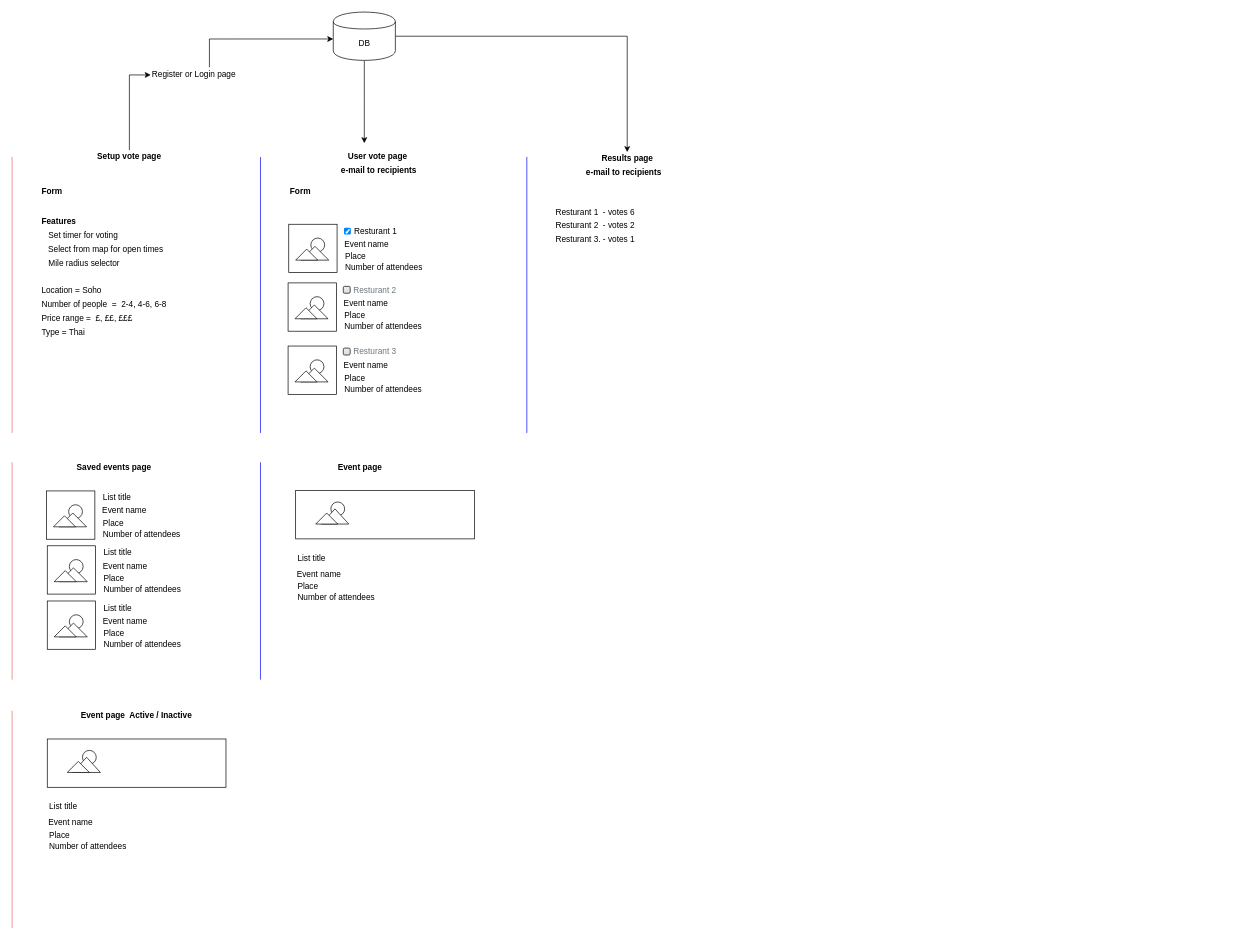
Before: lunchSystem.drawio in ameenaziz/lunch, a draw.io diagram. Source tidied: cells renumbered, new cells numbered last; positions are measured from the earlier drawing's top-left corner, leaving out a move shared by most shapes. Both pictures are drawn from the tidied source at 69%, with x=0, y=0 at pixel (12, 12).
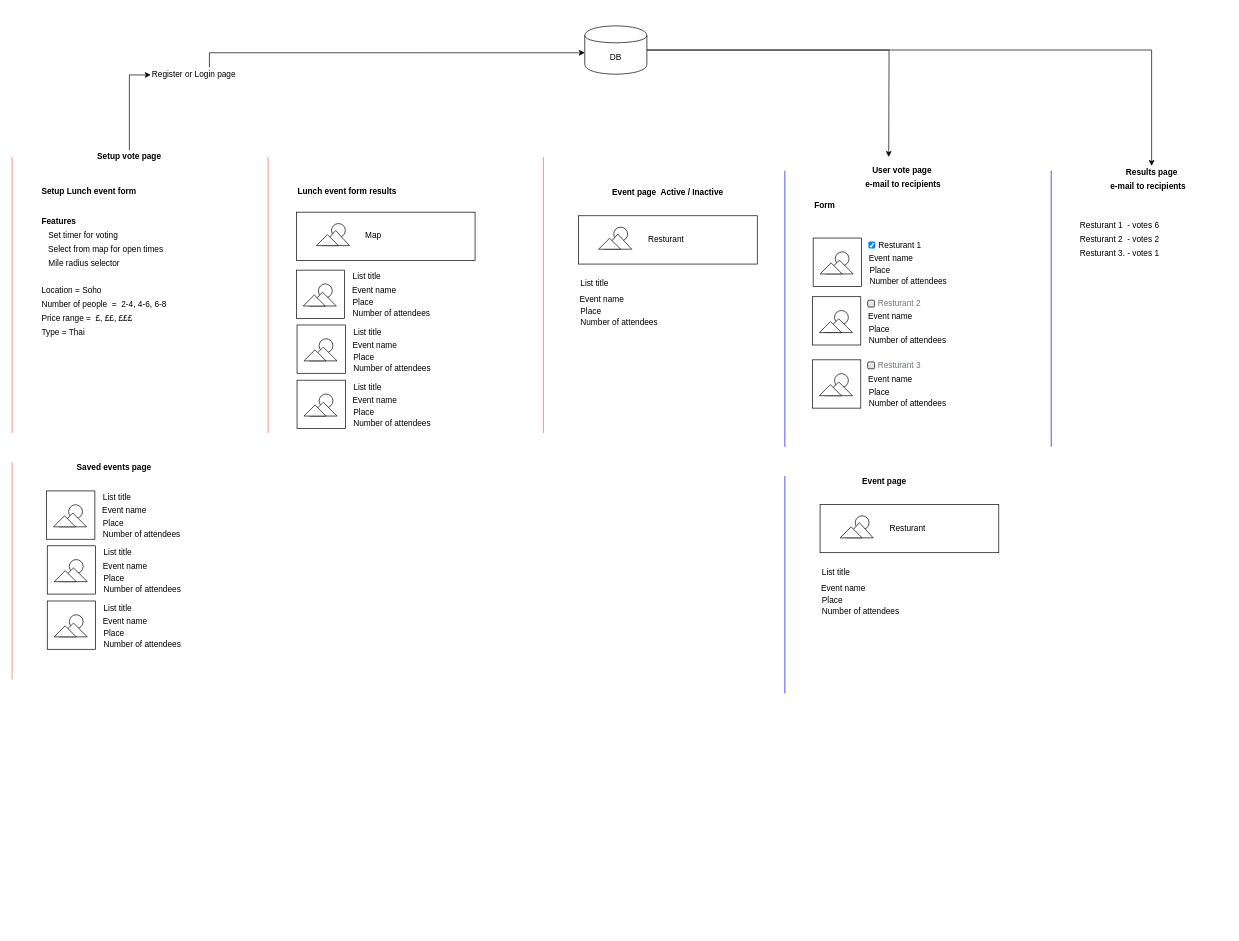
The same diagram, later.

What changed in the source:
```diff
@@
     <mxCell id="2" style="edgeStyle=orthogonalEdgeStyle;rounded=0;jettySize=auto;html=1;" parent="1" edge="1" source="4">
       <mxGeometry relative="1" as="geometry">
-        <mxPoint x="510.5" y="190" as="targetPoint" />
+        <mxPoint x="1270.5" y="210" as="targetPoint" />
       </mxGeometry>
     </mxCell>
@@
     <mxCell id="4" value="DB" style="shape=cylinder;whiteSpace=wrap;html=1;boundedLbl=1;backgroundOutline=1;" parent="1" vertex="1">
-      <mxGeometry x="465.5" width="90" height="70" as="geometry" />
+      <mxGeometry x="830" y="20" width="90" height="70" as="geometry" />
     </mxCell>
@@
     <mxCell id="49" value="Results page" style="text;html=1;strokeColor=none;fillColor=none;align=center;verticalAlign=middle;whiteSpace=wrap;rounded=0;fontStyle=1;" parent="1" vertex="1">
-      <mxGeometry x="836.5" y="203" width="110" height="20" as="geometry" />
+      <mxGeometry x="1596.5" y="223" width="110" height="20" as="geometry" />
     </mxCell>
     <mxCell id="50" style="whiteSpace=wrap;html=1;fontStyle=0;" parent="1" vertex="1">
-      <mxGeometry x="51" y="1053.5" width="259" height="70" as="geometry" />
+      <mxGeometry x="821" y="295.2" width="259" height="70" as="geometry" />
     </mxCell>
     <mxCell id="51" style="group;" parent="1" vertex="1">
-      <mxGeometry x="51" y="1113.5" width="48" height="70" as="geometry" />
+      <mxGeometry x="821" y="355.2" width="48" height="70" as="geometry" />
     </mxCell>
@@
     <mxCell id="53" style="endArrow=none;html=1;strokeColor=#EA6B66;" parent="1" edge="1">
       <mxGeometry relative="1" as="geometry">
-        <mxPoint y="1327.5" as="sourcePoint" />
-        <mxPoint y="1012.5" as="targetPoint" />
+        <mxPoint x="770" y="610" as="sourcePoint" />
+        <mxPoint x="770" y="210" as="targetPoint" />
       </mxGeometry>
     </mxCell>
     <mxCell id="54" value="Event page&amp;nbsp; Active / Inactive" style="text;html=1;strokeColor=none;fillColor=none;align=center;verticalAlign=middle;whiteSpace=wrap;rounded=0;fontStyle=1;" parent="1" vertex="1">
-      <mxGeometry x="91" y="1010" width="179" height="20" as="geometry" />
+      <mxGeometry x="861" y="251.8" width="179" height="20" as="geometry" />
     </mxCell>
     <mxCell id="55" value="List title&amp;nbsp;" style="text;html=1;strokeColor=none;fillColor=none;align=left;verticalAlign=middle;whiteSpace=wrap;rounded=0;" parent="1" vertex="1">
-      <mxGeometry x="52" y="1141.5" width="170" height="20" as="geometry" />
+      <mxGeometry x="822" y="383.2" width="170" height="20" as="geometry" />
     </mxCell>
     <mxCell id="56" value="Event name" style="text;html=1;strokeColor=none;fillColor=none;align=left;verticalAlign=middle;whiteSpace=wrap;rounded=0;" parent="1" vertex="1">
-      <mxGeometry x="51" y="1164.5" width="170" height="20" as="geometry" />
+      <mxGeometry x="821" y="406.2" width="170" height="20" as="geometry" />
     </mxCell>
     <mxCell id="57" value="Place" style="text;html=1;strokeColor=none;fillColor=none;align=left;verticalAlign=middle;whiteSpace=wrap;rounded=0;" parent="1" vertex="1">
-      <mxGeometry x="52" y="1182.5" width="170" height="20" as="geometry" />
+      <mxGeometry x="822" y="424.2" width="170" height="20" as="geometry" />
     </mxCell>
     <mxCell id="58" value="Number of attendees&amp;nbsp;" style="text;html=1;strokeColor=none;fillColor=none;align=left;verticalAlign=middle;whiteSpace=wrap;rounded=0;" parent="1" vertex="1">
-      <mxGeometry x="52" y="1198.5" width="170" height="20" as="geometry" />
+      <mxGeometry x="822" y="440.2" width="170" height="20" as="geometry" />
     </mxCell>
     <mxCell id="59" style="group;" parent="1" vertex="1">
-      <mxGeometry x="51" y="1053.5" width="70" height="70" as="geometry" />
+      <mxGeometry x="821" y="295.2" width="70" height="70" as="geometry" />
     </mxCell>
@@
     <mxCell id="68" value="Resturant 1&amp;nbsp; - votes 6&amp;nbsp;" style="text;html=1;strokeColor=none;fillColor=none;align=left;verticalAlign=middle;whiteSpace=wrap;rounded=0;" parent="1" vertex="1">
-      <mxGeometry x="785.5" y="280" width="170" height="20" as="geometry" />
+      <mxGeometry x="1545.5" y="300" width="170" height="20" as="geometry" />
     </mxCell>
     <mxCell id="69" value="Resturant 2&amp;nbsp; - votes 2" style="text;html=1;strokeColor=none;fillColor=none;align=left;verticalAlign=middle;whiteSpace=wrap;rounded=0;" parent="1" vertex="1">
-      <mxGeometry x="785.5" y="300" width="170" height="20" as="geometry" />
+      <mxGeometry x="1545.5" y="320" width="170" height="20" as="geometry" />
     </mxCell>
     <mxCell id="70" value="Resturant 3. - votes 1" style="text;html=1;strokeColor=none;fillColor=none;align=left;verticalAlign=middle;whiteSpace=wrap;rounded=0;" parent="1" vertex="1">
-      <mxGeometry x="785.5" y="320" width="170" height="20" as="geometry" />
+      <mxGeometry x="1545.5" y="340" width="170" height="20" as="geometry" />
     </mxCell>
     <mxCell id="71" value="e-mail to recipients" style="text;html=1;strokeColor=none;fillColor=none;align=left;verticalAlign=middle;whiteSpace=wrap;rounded=0;fontStyle=1;" parent="1" vertex="1">
-      <mxGeometry x="830" y="223" width="170" height="20" as="geometry" />
+      <mxGeometry x="1590" y="243" width="170" height="20" as="geometry" />
     </mxCell>
-    <mxCell id="72" value="Form" style="text;html=1;strokeColor=none;fillColor=none;align=left;verticalAlign=middle;whiteSpace=wrap;rounded=0;fontStyle=1;" parent="1" vertex="1">
+    <mxCell id="72" value="Setup Lunch event form" style="text;html=1;strokeColor=none;fillColor=none;align=left;verticalAlign=middle;whiteSpace=wrap;rounded=0;fontStyle=1;" parent="1" vertex="1">
       <mxGeometry x="41" y="250" width="170" height="20" as="geometry" />
     </mxCell>
     <mxCell id="73" value="User vote page" style="text;html=1;strokeColor=none;fillColor=none;align=center;verticalAlign=middle;whiteSpace=wrap;rounded=0;fontStyle=1;" parent="1" vertex="1">
-      <mxGeometry x="475" y="200" width="110" height="20" as="geometry" />
+      <mxGeometry x="1235" y="220" width="110" height="20" as="geometry" />
     </mxCell>
     <mxCell id="74" value="Form" style="text;html=1;strokeColor=none;fillColor=none;align=left;verticalAlign=middle;whiteSpace=wrap;rounded=0;fontStyle=1;" parent="1" vertex="1">
-      <mxGeometry x="401" y="250" width="170" height="20" as="geometry" />
+      <mxGeometry x="1161" y="270" width="170" height="20" as="geometry" />
     </mxCell>
@@
     <mxCell id="76" style="endArrow=none;html=1;strokeColor=#0000FF;" parent="1" edge="1">
       <mxGeometry relative="1" as="geometry">
-        <mxPoint x="746" y="610" as="sourcePoint" />
-        <mxPoint x="746" y="210" as="targetPoint" />
+        <mxPoint x="1506" y="630" as="sourcePoint" />
+        <mxPoint x="1506" y="230" as="targetPoint" />
       </mxGeometry>
     </mxCell>
     <mxCell id="77" style="endArrow=none;html=1;strokeColor=#0000FF;" parent="1" edge="1">
       <mxGeometry relative="1" as="geometry">
-        <mxPoint x="360" y="610" as="sourcePoint" />
-        <mxPoint x="360" y="210" as="targetPoint" />
+        <mxPoint x="1120" y="630" as="sourcePoint" />
+        <mxPoint x="1120" y="230" as="targetPoint" />
       </mxGeometry>
     </mxCell>
     <mxCell id="78" value="e-mail to recipients" style="text;html=1;strokeColor=none;fillColor=none;align=left;verticalAlign=middle;whiteSpace=wrap;rounded=0;fontStyle=1;" parent="1" vertex="1">
-      <mxGeometry x="475" y="220" width="170" height="20" as="geometry" />
+      <mxGeometry x="1235" y="240" width="170" height="20" as="geometry" />
     </mxCell>
@@
     <mxCell id="81" style="group;" parent="1" vertex="1">
-      <mxGeometry x="401" y="307.5" width="250" height="73" as="geometry" />
+      <mxGeometry x="1161" y="327.5" width="250" height="73" as="geometry" />
     </mxCell>
@@
     <mxCell id="113" style="group;" parent="1" vertex="1">
-      <mxGeometry x="400" y="392.5" width="250" height="73" as="geometry" />
+      <mxGeometry x="1160" y="412.5" width="250" height="73" as="geometry" />
     </mxCell>
@@
     <mxCell id="129" style="group;" parent="1" vertex="1">
-      <mxGeometry x="400" y="484" width="250" height="73" as="geometry" />
+      <mxGeometry x="1160" y="504" width="250" height="73" as="geometry" />
     </mxCell>
@@
     <mxCell id="145" style="whiteSpace=wrap;html=1;fontStyle=0;" parent="1" vertex="1">
-      <mxGeometry x="411" y="693.5" width="259" height="70" as="geometry" />
+      <mxGeometry x="1171" y="713.5" width="259" height="70" as="geometry" />
     </mxCell>
     <mxCell id="146" style="group;" parent="1" vertex="1">
-      <mxGeometry x="411" y="753.5" width="48" height="70" as="geometry" />
+      <mxGeometry x="1171" y="773.5" width="48" height="70" as="geometry" />
     </mxCell>
@@
     <mxCell id="148" style="endArrow=none;html=1;strokeColor=#0000FF;" parent="1" edge="1">
       <mxGeometry relative="1" as="geometry">
-        <mxPoint x="360" y="967.5" as="sourcePoint" />
-        <mxPoint x="360" y="652.5" as="targetPoint" />
+        <mxPoint x="1120" y="987.5" as="sourcePoint" />
+        <mxPoint x="1120" y="672.5" as="targetPoint" />
       </mxGeometry>
     </mxCell>
     <mxCell id="149" value="Event page&amp;nbsp;" style="text;html=1;strokeColor=none;fillColor=none;align=center;verticalAlign=middle;whiteSpace=wrap;rounded=0;fontStyle=1;" parent="1" vertex="1">
-      <mxGeometry x="451" y="650" width="110" height="20" as="geometry" />
+      <mxGeometry x="1211" y="670" width="110" height="20" as="geometry" />
     </mxCell>
     <mxCell id="150" value="List title&amp;nbsp;" style="text;html=1;strokeColor=none;fillColor=none;align=left;verticalAlign=middle;whiteSpace=wrap;rounded=0;" parent="1" vertex="1">
-      <mxGeometry x="412" y="781.5" width="170" height="20" as="geometry" />
+      <mxGeometry x="1172" y="801.5" width="170" height="20" as="geometry" />
     </mxCell>
     <mxCell id="151" value="Event name" style="text;html=1;strokeColor=none;fillColor=none;align=left;verticalAlign=middle;whiteSpace=wrap;rounded=0;" parent="1" vertex="1">
-      <mxGeometry x="411" y="804.5" width="170" height="20" as="geometry" />
+      <mxGeometry x="1171" y="824.5" width="170" height="20" as="geometry" />
     </mxCell>
     <mxCell id="152" value="Place" style="text;html=1;strokeColor=none;fillColor=none;align=left;verticalAlign=middle;whiteSpace=wrap;rounded=0;" parent="1" vertex="1">
-      <mxGeometry x="412" y="822.5" width="170" height="20" as="geometry" />
+      <mxGeometry x="1172" y="842.5" width="170" height="20" as="geometry" />
     </mxCell>
     <mxCell id="153" value="Number of attendees&amp;nbsp;" style="text;html=1;strokeColor=none;fillColor=none;align=left;verticalAlign=middle;whiteSpace=wrap;rounded=0;" parent="1" vertex="1">
-      <mxGeometry x="412" y="838.5" width="170" height="20" as="geometry" />
+      <mxGeometry x="1172" y="858.5" width="170" height="20" as="geometry" />
     </mxCell>
     <mxCell id="154" style="group;" parent="1" vertex="1">
-      <mxGeometry x="411" y="693.5" width="70" height="70" as="geometry" />
+      <mxGeometry x="1171" y="713.5" width="70" height="70" as="geometry" />
     </mxCell>
@@
+    <mxCell id="163" value="Lunch event form results" style="text;html=1;strokeColor=none;fillColor=none;align=left;verticalAlign=middle;whiteSpace=wrap;rounded=0;fontStyle=1;" parent="1" vertex="1">
+      <mxGeometry x="412" y="250" width="170" height="20" as="geometry" />
+    </mxCell>
+    <mxCell id="164" style="endArrow=none;html=1;strokeColor=#EA6B66;" parent="1" edge="1">
+      <mxGeometry relative="1" as="geometry">
+        <mxPoint x="371" y="610" as="sourcePoint" />
+        <mxPoint x="371" y="210" as="targetPoint" />
+      </mxGeometry>
+    </mxCell>
+    <mxCell id="165" style="whiteSpace=wrap;html=1;fontStyle=0;" parent="1" vertex="1">
+      <mxGeometry x="412" y="290" width="259" height="70" as="geometry" />
+    </mxCell>
+    <mxCell id="166" style="group;" parent="1" vertex="1">
+      <mxGeometry x="412" y="290" width="70" height="70" as="geometry" />
+    </mxCell>
+    <mxCell id="167" style="group;" parent="166" vertex="1">
+      <mxGeometry x="29" y="16.5" width="48" height="41" as="geometry" />
+    </mxCell>
+    <mxCell id="168" style="group;" parent="167" vertex="1">
+      <mxGeometry x="22" width="20" height="20" as="geometry" />
+    </mxCell>
+    <mxCell id="169" style="ellipse;whiteSpace=wrap;html=1;" parent="168" vertex="1">
+      <mxGeometry width="20" height="20" as="geometry" />
+    </mxCell>
+    <mxCell id="170" style="group;" parent="167" vertex="1">
+      <mxGeometry y="12" width="48" height="29" as="geometry" />
+    </mxCell>
+    <mxCell id="171" style="group;" parent="170" vertex="1">
+      <mxGeometry width="48" height="29" as="geometry" />
+    </mxCell>
+    <mxCell id="172" style="group;" parent="171" vertex="1">
+      <mxGeometry width="48" height="29" as="geometry" />
+    </mxCell>
+    <mxCell id="173" style="triangle;whiteSpace=wrap;html=1;rotation=-90;" parent="172" vertex="1">
+      <mxGeometry x="17" y="-11" width="22" height="40" as="geometry" />
+    </mxCell>
+    <mxCell id="174" style="triangle;whiteSpace=wrap;html=1;rotation=-90;" parent="172" vertex="1">
+      <mxGeometry x="8" y="-4" width="16" height="32" as="geometry" />
+    </mxCell>
+    <mxCell id="175" style="group;" parent="1" vertex="1">
+      <mxGeometry x="413" y="433.5" width="48" height="70" as="geometry" />
+    </mxCell>
+    <mxCell id="176" style="group;" parent="175" vertex="1">
+      <mxGeometry x="-10" y="-40" width="58" height="110" as="geometry" />
+    </mxCell>
+    <mxCell id="177" style="group;" parent="1" vertex="1">
+      <mxGeometry x="413" y="453.5" width="250" height="73" as="geometry" />
+    </mxCell>
+    <mxCell id="178" style="whiteSpace=wrap;html=1;fontStyle=0;" parent="177" vertex="1">
+      <mxGeometry width="70" height="70" as="geometry" />
+    </mxCell>
+    <mxCell id="179" value="List title&amp;nbsp;" style="text;html=1;strokeColor=none;fillColor=none;align=left;verticalAlign=middle;whiteSpace=wrap;rounded=0;" parent="177" vertex="1">
+      <mxGeometry x="80" width="170" height="20" as="geometry" />
+    </mxCell>
+    <mxCell id="180" value="Event name" style="text;html=1;strokeColor=none;fillColor=none;align=left;verticalAlign=middle;whiteSpace=wrap;rounded=0;" parent="177" vertex="1">
+      <mxGeometry x="79" y="19" width="170" height="20" as="geometry" />
+    </mxCell>
+    <mxCell id="181" value="Place" style="text;html=1;strokeColor=none;fillColor=none;align=left;verticalAlign=middle;whiteSpace=wrap;rounded=0;" parent="177" vertex="1">
+      <mxGeometry x="80" y="37" width="170" height="20" as="geometry" />
+    </mxCell>
+    <mxCell id="182" value="Number of attendees&amp;nbsp;" style="text;html=1;strokeColor=none;fillColor=none;align=left;verticalAlign=middle;whiteSpace=wrap;rounded=0;" parent="177" vertex="1">
+      <mxGeometry x="80" y="53" width="170" height="20" as="geometry" />
+    </mxCell>
+    <mxCell id="183" style="group;" parent="177" vertex="1">
+      <mxGeometry width="70" height="70" as="geometry" />
+    </mxCell>
+    <mxCell id="184" style="group;" parent="183" vertex="1">
+      <mxGeometry x="10" y="20" width="48" height="32" as="geometry" />
+    </mxCell>
+    <mxCell id="185" style="group;" parent="184" vertex="1">
+      <mxGeometry x="22" width="20" height="20" as="geometry" />
+    </mxCell>
+    <mxCell id="186" style="ellipse;whiteSpace=wrap;html=1;" parent="185" vertex="1">
+      <mxGeometry width="20" height="20" as="geometry" />
+    </mxCell>
+    <mxCell id="187" style="group;" parent="184" vertex="1">
+      <mxGeometry y="12" width="48" height="20" as="geometry" />
+    </mxCell>
+    <mxCell id="188" style="group;" parent="187" vertex="1">
+      <mxGeometry width="48" height="20" as="geometry" />
+    </mxCell>
+    <mxCell id="189" style="group;" parent="188" vertex="1">
+      <mxGeometry width="48" height="20" as="geometry" />
+    </mxCell>
+    <mxCell id="190" style="triangle;whiteSpace=wrap;html=1;rotation=-90;" parent="189" vertex="1">
+      <mxGeometry x="18" y="-10" width="20" height="40" as="geometry" />
+    </mxCell>
+    <mxCell id="191" style="triangle;whiteSpace=wrap;html=1;rotation=-90;" parent="189" vertex="1">
+      <mxGeometry x="8" y="-4" width="16" height="32" as="geometry" />
+    </mxCell>
+    <mxCell id="192" style="group;" parent="1" vertex="1">
+      <mxGeometry x="413" y="533.5" width="250" height="73" as="geometry" />
+    </mxCell>
+    <mxCell id="193" style="whiteSpace=wrap;html=1;fontStyle=0;" parent="192" vertex="1">
+      <mxGeometry width="70" height="70" as="geometry" />
+    </mxCell>
+    <mxCell id="194" value="List title&amp;nbsp;" style="text;html=1;strokeColor=none;fillColor=none;align=left;verticalAlign=middle;whiteSpace=wrap;rounded=0;" parent="192" vertex="1">
+      <mxGeometry x="80" width="170" height="20" as="geometry" />
+    </mxCell>
+    <mxCell id="195" value="Event name" style="text;html=1;strokeColor=none;fillColor=none;align=left;verticalAlign=middle;whiteSpace=wrap;rounded=0;" parent="192" vertex="1">
+      <mxGeometry x="79" y="19" width="170" height="20" as="geometry" />
+    </mxCell>
+    <mxCell id="196" value="Place" style="text;html=1;strokeColor=none;fillColor=none;align=left;verticalAlign=middle;whiteSpace=wrap;rounded=0;" parent="192" vertex="1">
+      <mxGeometry x="80" y="37" width="170" height="20" as="geometry" />
+    </mxCell>
+    <mxCell id="197" value="Number of attendees&amp;nbsp;" style="text;html=1;strokeColor=none;fillColor=none;align=left;verticalAlign=middle;whiteSpace=wrap;rounded=0;" parent="192" vertex="1">
+      <mxGeometry x="80" y="53" width="170" height="20" as="geometry" />
+    </mxCell>
+    <mxCell id="198" style="group;" parent="192" vertex="1">
+      <mxGeometry width="70" height="70" as="geometry" />
+    </mxCell>
+    <mxCell id="199" style="group;" parent="198" vertex="1">
+      <mxGeometry x="10" y="20" width="48" height="32" as="geometry" />
+    </mxCell>
+    <mxCell id="200" style="group;" parent="199" vertex="1">
+      <mxGeometry x="22" width="20" height="20" as="geometry" />
+    </mxCell>
+    <mxCell id="201" style="ellipse;whiteSpace=wrap;html=1;" parent="200" vertex="1">
+      <mxGeometry width="20" height="20" as="geometry" />
+    </mxCell>
+    <mxCell id="202" style="group;" parent="199" vertex="1">
+      <mxGeometry y="12" width="48" height="20" as="geometry" />
+    </mxCell>
+    <mxCell id="203" style="group;" parent="202" vertex="1">
+      <mxGeometry width="48" height="20" as="geometry" />
+    </mxCell>
+    <mxCell id="204" style="group;" parent="203" vertex="1">
+      <mxGeometry width="48" height="20" as="geometry" />
+    </mxCell>
+    <mxCell id="205" style="triangle;whiteSpace=wrap;html=1;rotation=-90;" parent="204" vertex="1">
+      <mxGeometry x="18" y="-10" width="20" height="40" as="geometry" />
+    </mxCell>
+    <mxCell id="206" style="triangle;whiteSpace=wrap;html=1;rotation=-90;" parent="204" vertex="1">
+      <mxGeometry x="8" y="-4" width="16" height="32" as="geometry" />
+    </mxCell>
+    <mxCell id="207" style="group;" parent="1" vertex="1">
+      <mxGeometry x="412" y="374" width="250" height="73" as="geometry" />
+    </mxCell>
+    <mxCell id="208" style="group;" parent="207" vertex="1">
+      <mxGeometry width="250" height="73" as="geometry" />
+    </mxCell>
+    <mxCell id="209" style="whiteSpace=wrap;html=1;fontStyle=0;" parent="208" vertex="1">
+      <mxGeometry width="70" height="70" as="geometry" />
+    </mxCell>
+    <mxCell id="210" value="List title&amp;nbsp;" style="text;html=1;strokeColor=none;fillColor=none;align=left;verticalAlign=middle;whiteSpace=wrap;rounded=0;" parent="208" vertex="1">
+      <mxGeometry x="80" width="170" height="20" as="geometry" />
+    </mxCell>
+    <mxCell id="211" value="Event name" style="text;html=1;strokeColor=none;fillColor=none;align=left;verticalAlign=middle;whiteSpace=wrap;rounded=0;" parent="208" vertex="1">
+      <mxGeometry x="79" y="19" width="170" height="20" as="geometry" />
+    </mxCell>
+    <mxCell id="212" value="Place" style="text;html=1;strokeColor=none;fillColor=none;align=left;verticalAlign=middle;whiteSpace=wrap;rounded=0;" parent="208" vertex="1">
+      <mxGeometry x="80" y="37" width="170" height="20" as="geometry" />
+    </mxCell>
+    <mxCell id="213" value="Number of attendees&amp;nbsp;" style="text;html=1;strokeColor=none;fillColor=none;align=left;verticalAlign=middle;whiteSpace=wrap;rounded=0;" parent="208" vertex="1">
+      <mxGeometry x="80" y="53" width="170" height="20" as="geometry" />
+    </mxCell>
+    <mxCell id="214" style="group;" parent="208" vertex="1">
+      <mxGeometry width="70" height="70" as="geometry" />
+    </mxCell>
+    <mxCell id="215" style="group;" parent="214" vertex="1">
+      <mxGeometry x="10" y="20" width="48" height="32" as="geometry" />
+    </mxCell>
+    <mxCell id="216" style="group;" parent="215" vertex="1">
+      <mxGeometry x="22" width="20" height="20" as="geometry" />
+    </mxCell>
+    <mxCell id="217" style="ellipse;whiteSpace=wrap;html=1;" parent="216" vertex="1">
+      <mxGeometry width="20" height="20" as="geometry" />
+    </mxCell>
+    <mxCell id="218" style="group;" parent="215" vertex="1">
+      <mxGeometry y="12" width="48" height="20" as="geometry" />
+    </mxCell>
+    <mxCell id="219" style="group;" parent="218" vertex="1">
+      <mxGeometry width="48" height="20" as="geometry" />
+    </mxCell>
+    <mxCell id="220" style="group;" parent="219" vertex="1">
+      <mxGeometry width="48" height="20" as="geometry" />
+    </mxCell>
+    <mxCell id="221" style="triangle;whiteSpace=wrap;html=1;rotation=-90;" parent="220" vertex="1">
+      <mxGeometry x="18" y="-10" width="20" height="40" as="geometry" />
+    </mxCell>
+    <mxCell id="222" style="triangle;whiteSpace=wrap;html=1;rotation=-90;" parent="220" vertex="1">
+      <mxGeometry x="8" y="-4" width="16" height="32" as="geometry" />
+    </mxCell>
+    <mxCell id="223" value="Map" style="text;html=1;strokeColor=none;fillColor=none;align=left;verticalAlign=middle;whiteSpace=wrap;rounded=0;" parent="1" vertex="1">
+      <mxGeometry x="510" y="314" width="80" height="20" as="geometry" />
+    </mxCell>
+    <mxCell id="224" value="Resturant" style="text;html=1;strokeColor=none;fillColor=none;align=left;verticalAlign=middle;whiteSpace=wrap;rounded=0;" parent="1" vertex="1">
+      <mxGeometry x="920" y="320.2" width="80" height="20" as="geometry" />
+    </mxCell>
+    <mxCell id="225" value="Resturant" style="text;html=1;strokeColor=none;fillColor=none;align=left;verticalAlign=middle;whiteSpace=wrap;rounded=0;" parent="1" vertex="1">
+      <mxGeometry x="1270" y="738.5" width="80" height="20" as="geometry" />
+    </mxCell>
```
